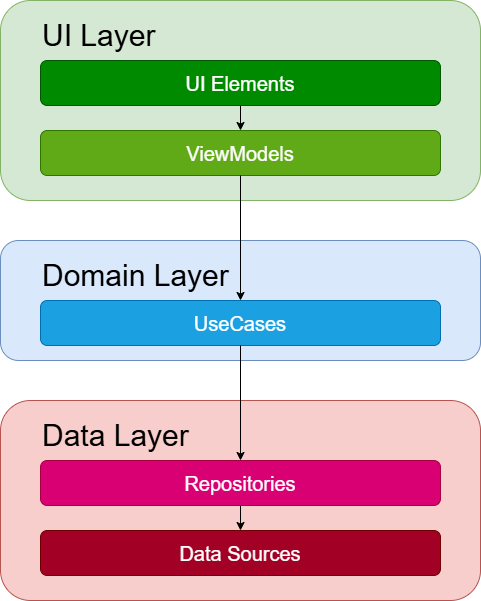
The draw.io diagram Android Showcase Diagram.drawio.png in petr-vostinak/nba, before a commit. Source tidied: cells renumbered, new cells last; positions are measured from the earlier drawing's top-left corner, leaving out a move shared by most shapes. Source of this version:
```xml
<mxGraphModel>
  <root>
    <mxCell id="0" />
    <mxCell id="1" parent="0" />
    <mxCell id="2" style="rounded=1;whiteSpace=wrap;html=1;fillColor=#d5e8d4;strokeColor=#82b366;" parent="1" vertex="1">
      <mxGeometry width="480" height="200" as="geometry" />
    </mxCell>
    <mxCell id="3" value="&lt;font&gt;UI Layer&lt;/font&gt;" style="text;html=1;align=left;verticalAlign=middle;whiteSpace=wrap;rounded=0;fontSize=30;fontColor=light-dark(#000000,#EDEDED);" parent="1" vertex="1">
      <mxGeometry x="40" y="20" width="130" height="30" as="geometry" />
    </mxCell>
    <mxCell id="4" style="edgeStyle=orthogonalEdgeStyle;rounded=0;jettySize=auto;html=1;" parent="1" edge="1" source="5" target="6">
      <mxGeometry relative="1" as="geometry" />
    </mxCell>
    <mxCell id="5" value="&lt;font style=&quot;font-size: 20px;&quot;&gt;UI Elements&lt;/font&gt;" style="rounded=1;whiteSpace=wrap;html=1;fillColor=#008a00;fontColor=#ffffff;strokeColor=#005700;" parent="1" vertex="1">
      <mxGeometry x="40" y="60" width="400" height="45" as="geometry" />
    </mxCell>
    <mxCell id="6" value="&lt;font style=&quot;font-size: 20px;&quot;&gt;ViewModels&lt;/font&gt;" style="rounded=1;whiteSpace=wrap;html=1;fillColor=#60a917;fontColor=#ffffff;strokeColor=#2D7600;" parent="1" vertex="1">
      <mxGeometry x="40" y="130" width="400" height="45" as="geometry" />
    </mxCell>
    <mxCell id="7" style="rounded=1;whiteSpace=wrap;html=1;fillColor=#dae8fc;strokeColor=#6c8ebf;" parent="1" vertex="1">
      <mxGeometry y="240" width="480" height="120" as="geometry" />
    </mxCell>
    <mxCell id="8" value="&lt;font&gt;Domain Layer&lt;/font&gt;" style="text;html=1;align=left;verticalAlign=middle;whiteSpace=wrap;rounded=0;fontSize=30;fontColor=light-dark(#000000,#EDEDED);" parent="1" vertex="1">
      <mxGeometry x="40" y="260" width="220" height="30" as="geometry" />
    </mxCell>
    <mxCell id="9" value="&lt;font style=&quot;font-size: 20px;&quot;&gt;UseCases&lt;/font&gt;" style="rounded=1;whiteSpace=wrap;html=1;fillColor=#1ba1e2;fontColor=#ffffff;strokeColor=#006EAF;" parent="1" vertex="1">
      <mxGeometry x="40" y="300" width="400" height="45" as="geometry" />
    </mxCell>
    <mxCell id="10" style="rounded=1;whiteSpace=wrap;html=1;fillColor=#f8cecc;strokeColor=#b85450;" parent="1" vertex="1">
      <mxGeometry y="400" width="480" height="200" as="geometry" />
    </mxCell>
    <mxCell id="11" value="&lt;font&gt;Data Layer&lt;/font&gt;" style="text;html=1;align=left;verticalAlign=middle;whiteSpace=wrap;rounded=0;fontSize=30;fontColor=light-dark(#000000,#EDEDED);" parent="1" vertex="1">
      <mxGeometry x="40" y="420" width="220" height="30" as="geometry" />
    </mxCell>
    <mxCell id="12" style="edgeStyle=orthogonalEdgeStyle;rounded=0;jettySize=auto;html=1;" parent="1" edge="1" source="13" target="14">
      <mxGeometry relative="1" as="geometry" />
    </mxCell>
    <mxCell id="13" value="&lt;font style=&quot;font-size: 20px;&quot;&gt;Repositories&lt;/font&gt;" style="rounded=1;whiteSpace=wrap;html=1;fillColor=#d80073;fontColor=#ffffff;strokeColor=#A50040;" parent="1" vertex="1">
      <mxGeometry x="40" y="460" width="400" height="45" as="geometry" />
    </mxCell>
    <mxCell id="14" value="&lt;font style=&quot;font-size: 20px;&quot;&gt;Data Sources&lt;/font&gt;" style="rounded=1;whiteSpace=wrap;html=1;fillColor=#a20025;fontColor=#ffffff;strokeColor=#6F0000;" parent="1" vertex="1">
      <mxGeometry x="40" y="530" width="400" height="45" as="geometry" />
    </mxCell>
    <mxCell id="15" style="endArrow=classic;html=1;rounded=0;exitX=0.5;exitY=1;exitDx=0;exitDy=0;entryX=0.5;entryY=0;entryDx=0;entryDy=0;" parent="1" edge="1" source="6" target="9">
      <mxGeometry relative="1" as="geometry" />
    </mxCell>
    <mxCell id="16" style="edgeStyle=orthogonalEdgeStyle;rounded=0;jettySize=auto;html=1;entryX=0.5;entryY=0;entryDx=0;entryDy=0;" parent="1" edge="1" source="9" target="13">
      <mxGeometry relative="1" as="geometry" />
    </mxCell>
  </root>
</mxGraphModel>
```
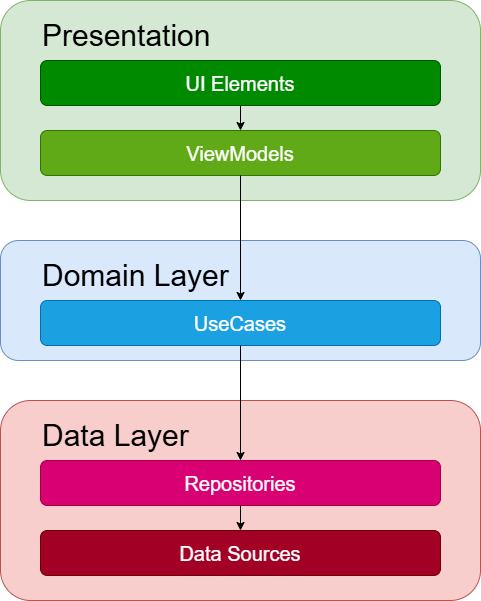
Above is the later version.

Commit message:
updated architecture diagram

Diff of the diagram source:
```diff
@@ -5,8 +5,8 @@
     <mxCell id="2" style="rounded=1;whiteSpace=wrap;html=1;fillColor=#d5e8d4;strokeColor=#82b366;" parent="1" vertex="1">
       <mxGeometry width="480" height="200" as="geometry" />
     </mxCell>
-    <mxCell id="3" value="&lt;font&gt;UI Layer&lt;/font&gt;" style="text;html=1;align=left;verticalAlign=middle;whiteSpace=wrap;rounded=0;fontSize=30;fontColor=light-dark(#000000,#EDEDED);" parent="1" vertex="1">
-      <mxGeometry x="40" y="20" width="130" height="30" as="geometry" />
+    <mxCell id="3" value="&lt;font&gt;Presentation&lt;/font&gt;" style="text;html=1;align=left;verticalAlign=middle;whiteSpace=wrap;rounded=0;fontSize=30;fontColor=light-dark(#000000,#EDEDED);" parent="1" vertex="1">
+      <mxGeometry x="40" y="20" width="190" height="30" as="geometry" />
     </mxCell>
     <mxCell id="4" style="edgeStyle=orthogonalEdgeStyle;rounded=0;jettySize=auto;html=1;" parent="1" edge="1" source="5" target="6">
       <mxGeometry relative="1" as="geometry" />
```
